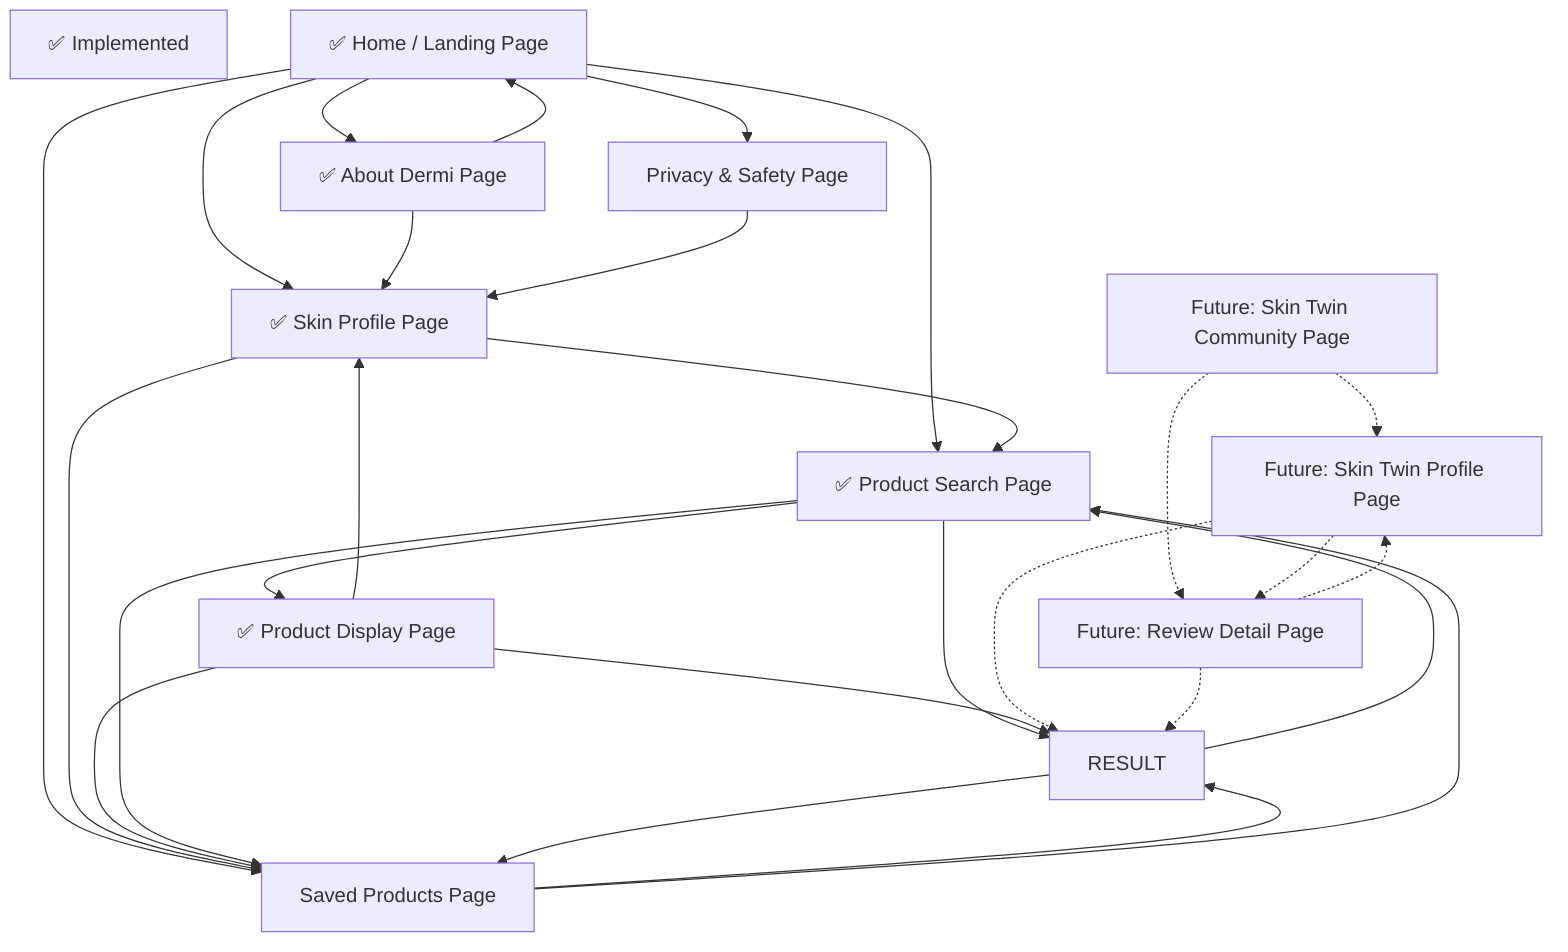
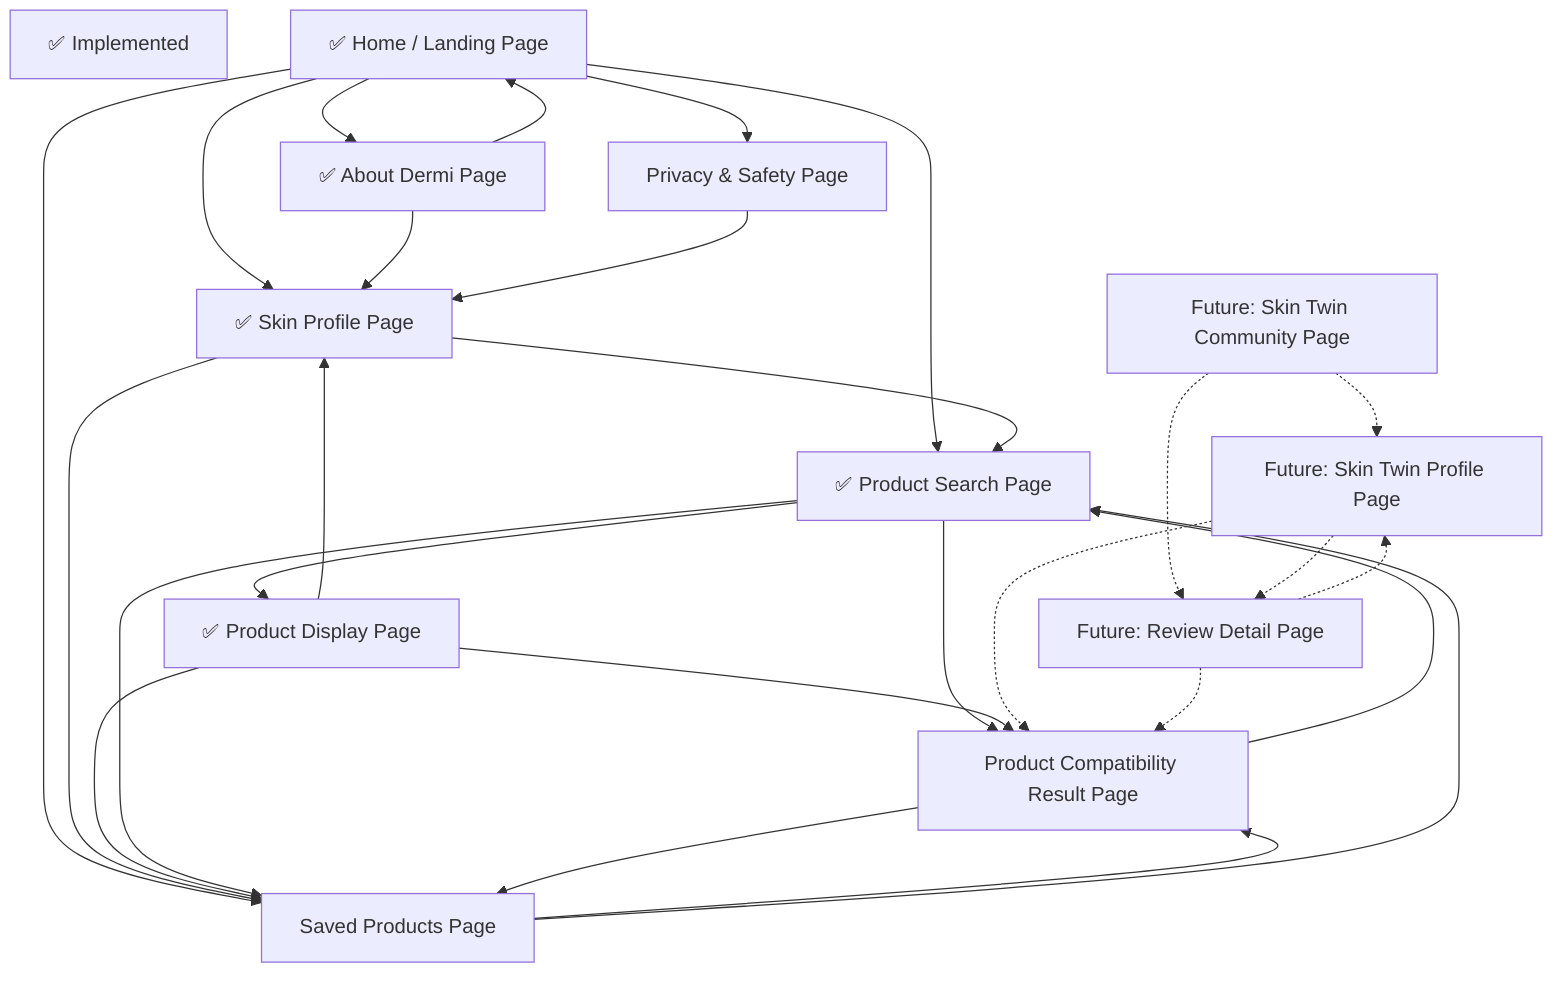
flowchart TD
    LEGEND["✅ Implemented"]
    HOME["✅ Home / Landing Page"]
    PROFILE["✅ Skin Profile Page"]
    SEARCH["✅ Product Search Page"]
    PRODUCT["✅ Product Display Page"]
+     RESULT["Product Compatibility Result Page"]
    SAVED["Saved Products Page"]
    ABOUT["✅ About Dermi Page"]
    PRIVACY["Privacy & Safety Page"]
    COMMUNITY["Future: Skin Twin Community Page"]
    TWIN["Future: Skin Twin Profile Page"]
    REVIEW["Future: Review Detail Page"]

    HOME --> PROFILE
    HOME --> SEARCH
    HOME --> SAVED
    HOME --> ABOUT
    HOME --> PRIVACY
    PROFILE --> SEARCH
    PROFILE --> SAVED
    SEARCH --> RESULT
    SEARCH --> PRODUCT
    PRODUCT --> RESULT
    PRODUCT --> SAVED
    PRODUCT --> PROFILE
    SEARCH --> SAVED
    RESULT --> SEARCH
    RESULT --> SAVED
    SAVED --> RESULT
    SAVED --> SEARCH
    ABOUT --> PROFILE
    ABOUT --> HOME
    PRIVACY --> PROFILE
    COMMUNITY -.-> TWIN
    COMMUNITY -.-> REVIEW
    TWIN -.-> REVIEW
    TWIN -.-> RESULT
    REVIEW -.-> RESULT
    REVIEW -.-> TWIN
